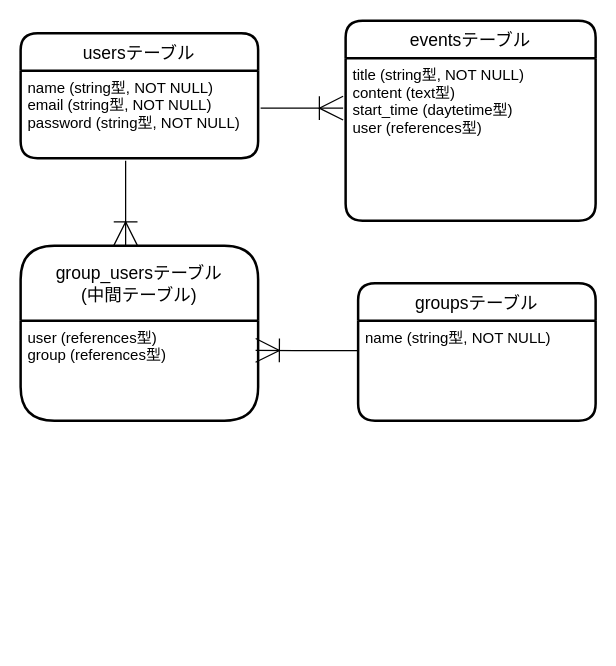
This is schedule.dio from nao1008ya/my-schedule, a draw.io file, before an edit. Source tidied: cells renumbered, new cells numbered last; positions are measured from the earlier drawing's top-left corner, leaving out a move shared by most shapes. Both pictures are drawn from the tidied source at 125%, with x=0, y=0 at pixel (20, 20).
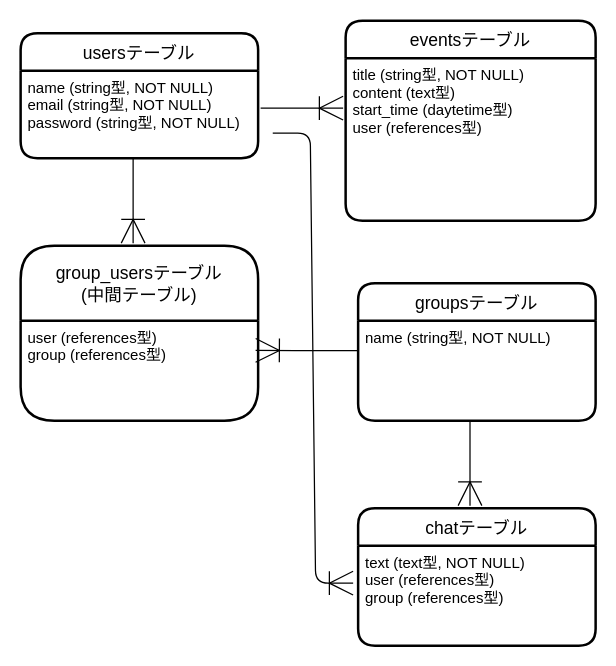
The same diagram, later.

The edit, as a diff of the source:
```diff
@@
     <mxCell id="15" style="fontSize=12;html=1;endArrow=ERoneToMany;endSize=17;" parent="1" edge="1">
       <mxGeometry relative="1" as="geometry">
-        <mxPoint x="84" y="112" as="sourcePoint" />
-        <mxPoint x="84" y="180" as="targetPoint" />
+        <mxPoint x="359.5" y="320" as="sourcePoint" />
+        <mxPoint x="359.5" y="388" as="targetPoint" />
         <Array as="points">
-          <mxPoint x="84" y="160" />
+          <mxPoint x="359.5" y="368" />
         </Array>
       </mxGeometry>
     </mxCell>
+    <mxCell id="16" value="chatテーブル" style="swimlane;horizontal=1;startSize=30;rounded=1;fontSize=14;fontStyle=0;strokeWidth=2;shadow=0;dashed=0;align=center;" parent="1" vertex="1">
+      <mxGeometry x="270" y="390" width="190" height="110" as="geometry" />
+    </mxCell>
+    <mxCell id="17" value="text (text型, NOT NULL)&#10;user (references型)&#10;group (references型)" style="align=left;strokeColor=none;fillColor=none;spacingLeft=4;fontSize=12;verticalAlign=top;" parent="16" vertex="1">
+      <mxGeometry y="30" width="190" height="80" as="geometry" />
+    </mxCell>
+    <mxCell id="18" style="edgeStyle=orthogonalEdgeStyle;rounded=0;orthogonalLoop=1;jettySize=auto;html=1;exitX=0.5;exitY=1;exitDx=0;exitDy=0;" parent="16" edge="1" source="17" target="17">
+      <mxGeometry relative="1" as="geometry" />
+    </mxCell>
+    <mxCell id="19" style="fontSize=12;html=1;endArrow=ERoneToMany;endSize=17;" parent="1" edge="1">
+      <mxGeometry relative="1" as="geometry">
+        <mxPoint x="90" y="110" as="sourcePoint" />
+        <mxPoint x="90" y="178" as="targetPoint" />
+      </mxGeometry>
+    </mxCell>
+    <mxCell id="20" style="edgeStyle=entityRelationEdgeStyle;fontSize=12;html=1;endArrow=ERoneToMany;endSize=17;" parent="1" edge="1">
+      <mxGeometry relative="1" as="geometry">
+        <mxPoint x="201.7" y="90" as="sourcePoint" />
+        <mxPoint x="266" y="450" as="targetPoint" />
+      </mxGeometry>
+    </mxCell>
```
